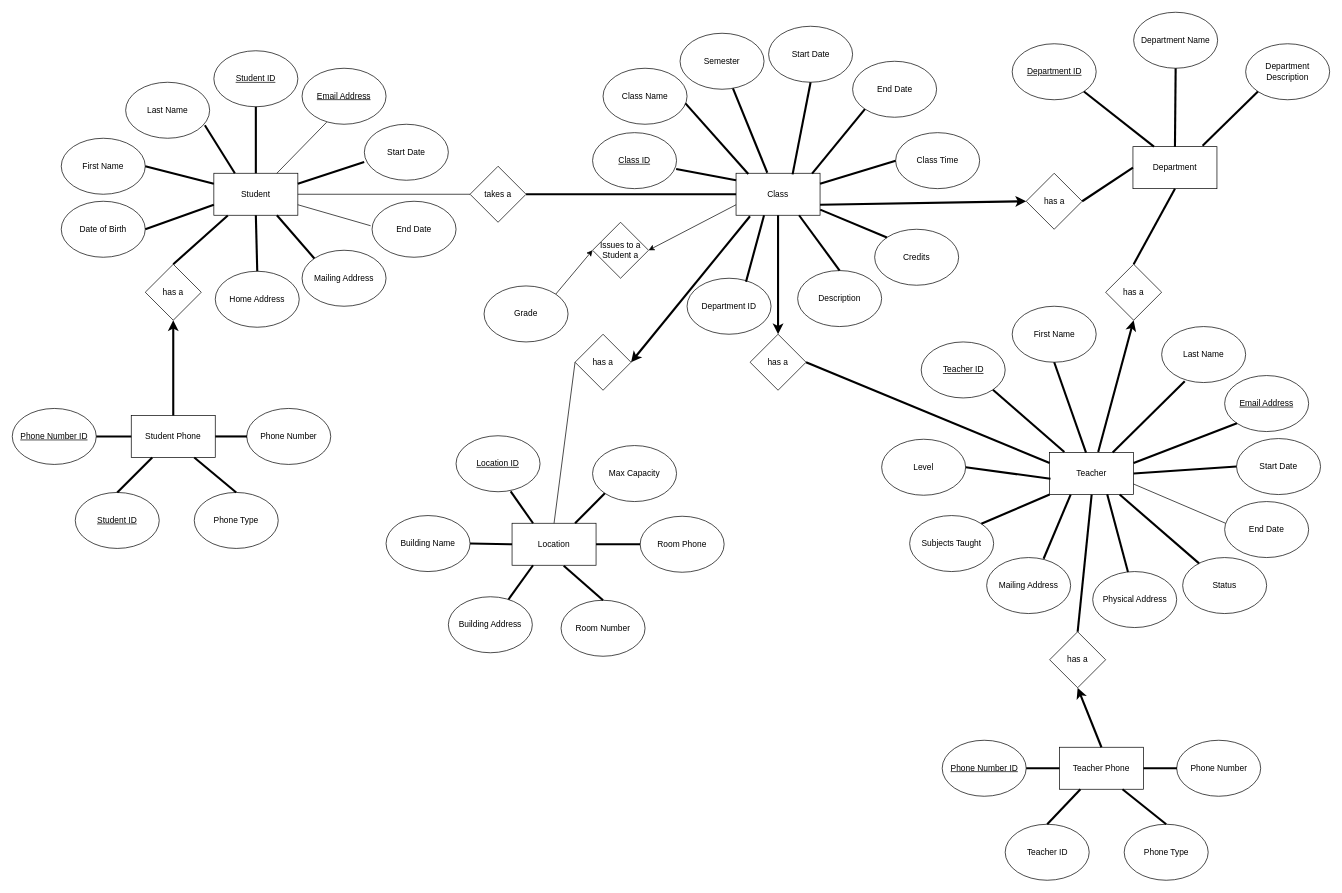
Before: school-database-diagram.drawio in MichelleAaa/school-database, a draw.io diagram. Source tidied: cells renumbered, new cells numbered last; positions are measured from the earlier drawing's top-left corner, leaving out a move shared by most shapes. Both pictures are drawn from the tidied source at 70%, with x=0, y=0 at pixel (12, 12).
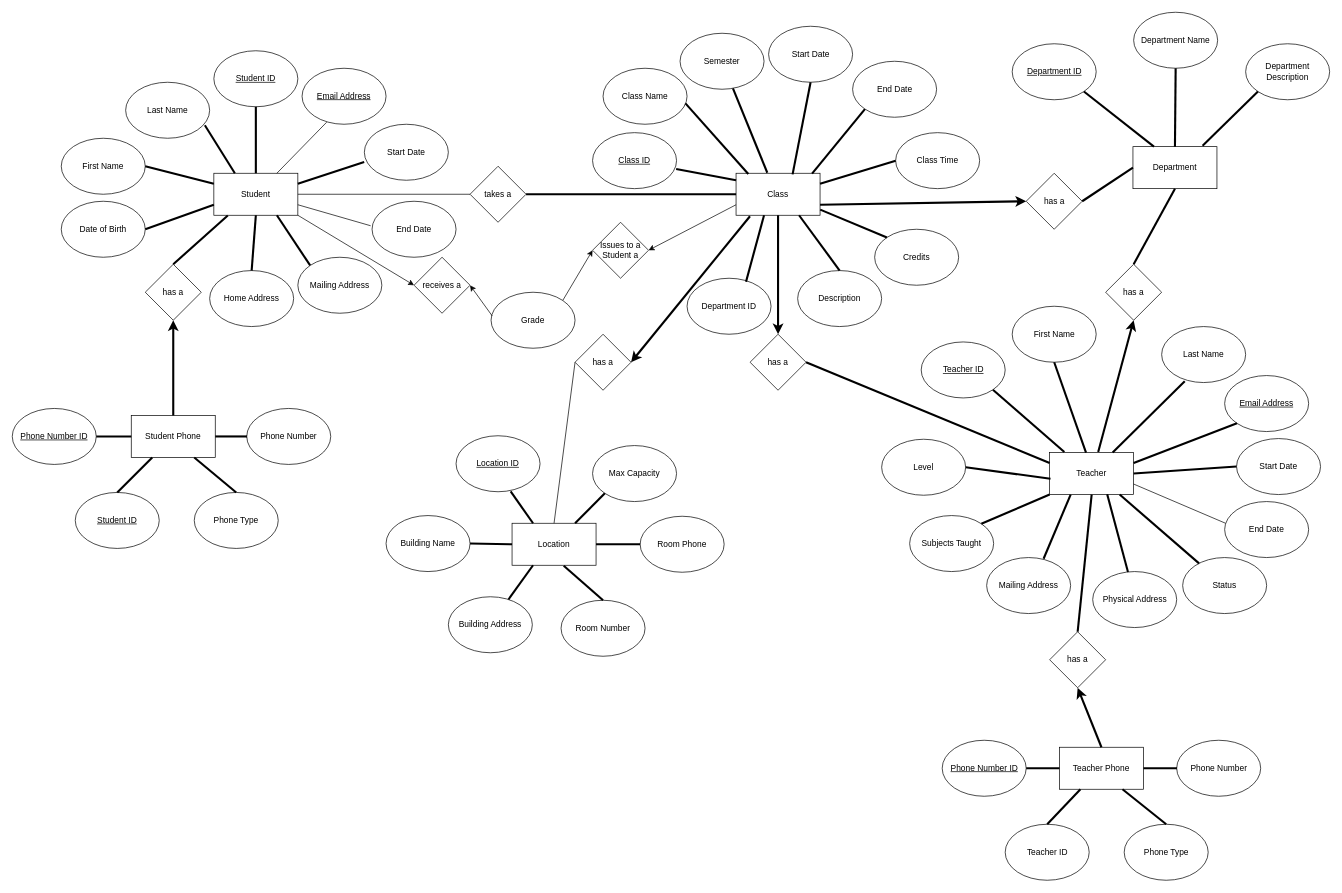
Above is the later version.

Unchanged cells that the change refers to:
```xml
<mxCell id="2" value="Student" style="rounded=0;whiteSpace=wrap;html=1;" parent="1" vertex="1">
  <mxGeometry x="288" y="230" width="120" height="60" as="geometry" />
</mxCell>
```

Diff of the diagram source:
```diff
@@
     <mxCell id="21" value="Home Address" style="ellipse;whiteSpace=wrap;html=1;" parent="1" vertex="1">
-      <mxGeometry x="290" y="370" width="120" height="80" as="geometry" />
+      <mxGeometry x="282" y="369" width="120" height="80" as="geometry" />
     </mxCell>
     <mxCell id="22" value="Mailing Address" style="ellipse;whiteSpace=wrap;html=1;" parent="1" vertex="1">
-      <mxGeometry x="414" y="340" width="120" height="80" as="geometry" />
+      <mxGeometry x="408" y="350" width="120" height="80" as="geometry" />
     </mxCell>
@@
     <mxCell id="123" value="Grade" style="ellipse;whiteSpace=wrap;html=1;" parent="1" vertex="1">
-      <mxGeometry x="674" y="391" width="120" height="80" as="geometry" />
+      <mxGeometry x="684" y="400" width="120" height="80" as="geometry" />
     </mxCell>
@@
+    <mxCell id="128" style="endArrow=classic;html=1;exitX=1;exitY=1;exitDx=0;exitDy=0;entryX=0;entryY=0.5;entryDx=0;entryDy=0;" parent="1" edge="1" source="2" target="129">
+      <mxGeometry relative="1" as="geometry" />
+    </mxCell>
+    <mxCell id="129" value="receives a" style="rhombus;whiteSpace=wrap;html=1;" parent="1" vertex="1">
+      <mxGeometry x="574" y="350" width="80" height="80" as="geometry" />
+    </mxCell>
+    <mxCell id="130" style="endArrow=classic;html=1;exitX=0.014;exitY=0.423;exitDx=0;exitDy=0;exitPerimeter=0;entryX=1;entryY=0.5;entryDx=0;entryDy=0;" parent="1" edge="1" source="123" target="129">
+      <mxGeometry relative="1" as="geometry" />
+    </mxCell>
```
